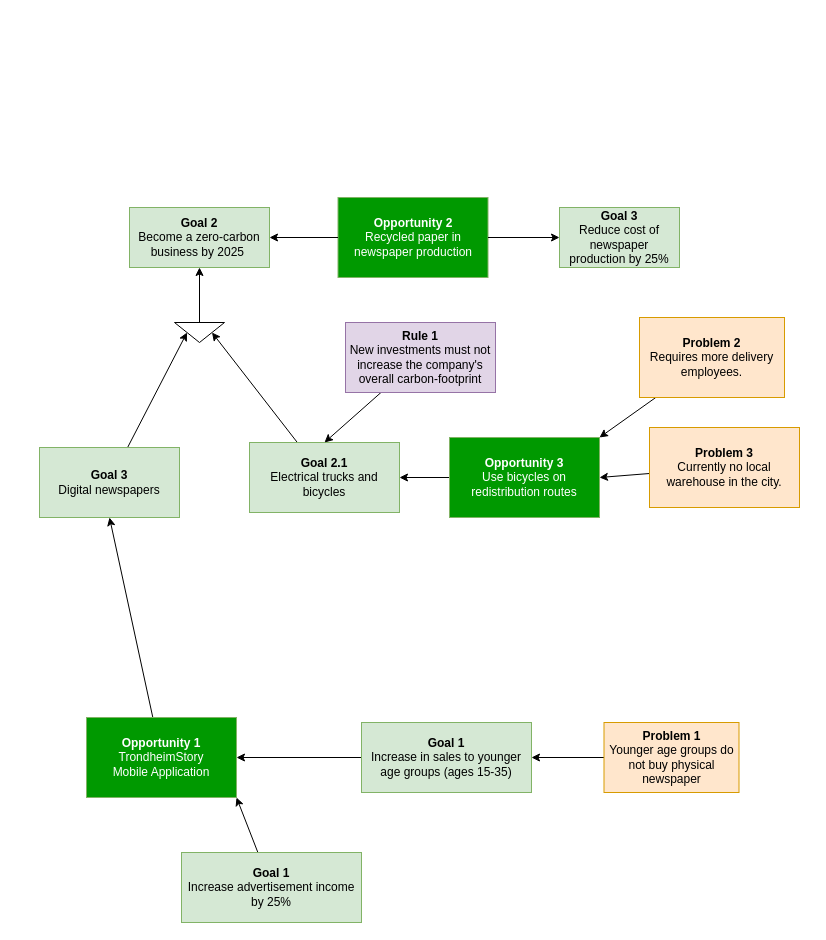
Before: TS_4EM.drawio in gullskatten/TS-models-4em-archi, a draw.io diagram. Source tidied: cells renumbered, new cells numbered last; positions are measured from the earlier drawing's top-left corner, leaving out a move shared by most shapes. Both pictures are drawn from the tidied source at 100%, with x=0, y=0 at pixel (39, 197).
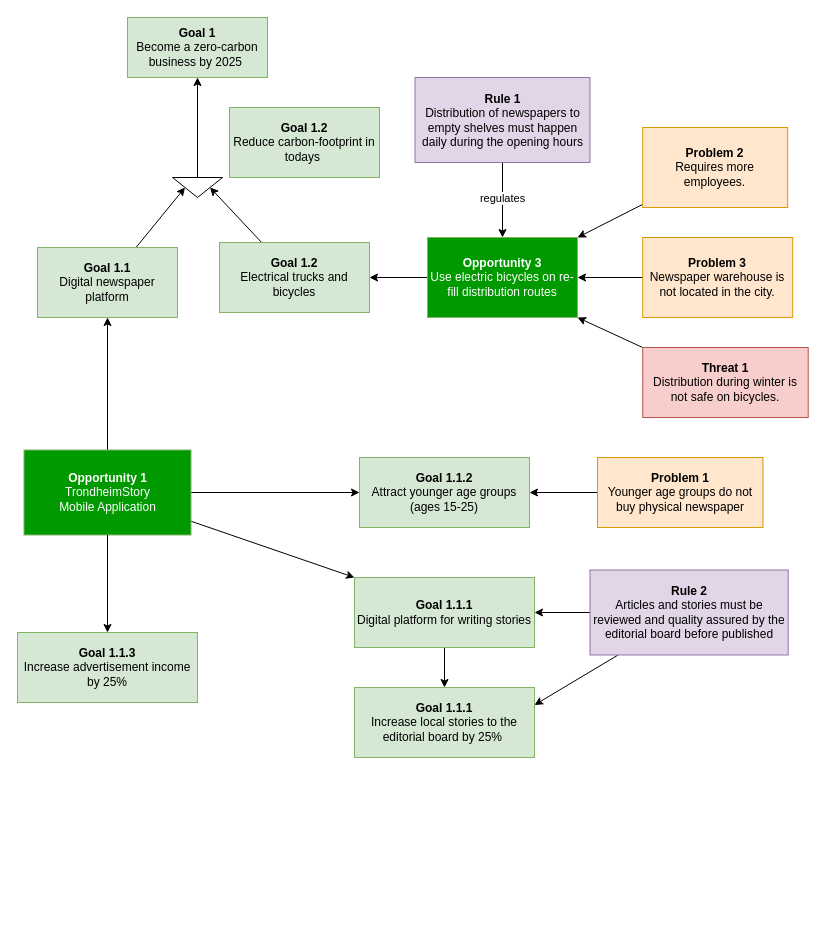
The same page after the edit.

The edit, as a diff of the source:
```diff
@@
     <mxCell id="3" style="triangle;whiteSpace=wrap;html=1;rotation=90;" parent="1" vertex="1">
-      <mxGeometry x="150" y="110" width="20" height="50" as="geometry" />
+      <mxGeometry x="148" y="-35" width="20" height="50" as="geometry" />
     </mxCell>
-    <mxCell id="4" value="&lt;b&gt;Goal 2&lt;/b&gt;&lt;br&gt;Become a zero-carbon business by 2025&amp;nbsp;" style="rounded=0;whiteSpace=wrap;html=1;fillColor=#d5e8d4;strokeColor=#82b366;" parent="1" vertex="1">
-      <mxGeometry x="90" y="10" width="140" height="60" as="geometry" />
+    <mxCell id="4" value="&lt;b&gt;Goal 1&lt;/b&gt;&lt;br&gt;Become a zero-carbon business by 2025&amp;nbsp;" style="rounded=0;whiteSpace=wrap;html=1;fillColor=#d5e8d4;strokeColor=#82b366;" parent="1" vertex="1">
+      <mxGeometry x="88" y="-180" width="140" height="60" as="geometry" />
     </mxCell>
-    <mxCell id="5" value="&lt;b&gt;Goal 3&lt;/b&gt;&lt;br&gt;Reduce cost of newspaper production by 25%" style="rounded=0;whiteSpace=wrap;html=1;fillColor=#d5e8d4;strokeColor=#82b366;" parent="1" vertex="1">
-      <mxGeometry x="520" y="10" width="120" height="60" as="geometry" />
-    </mxCell>
-    <mxCell id="6" value="&lt;b&gt;Opportunity 2&lt;/b&gt;&lt;br&gt;Recycled paper in newspaper production" style="rounded=0;whiteSpace=wrap;html=1;strokeColor=#82b366;fontColor=#FFFFFF;fillColor=#009900;" parent="1" vertex="1">
-      <mxGeometry x="298.5" width="150" height="80" as="geometry" />
-    </mxCell>
-    <mxCell id="7" style="endArrow=classic;html=1;fontColor=#FFFFFF;entryX=0;entryY=0.5;entryDx=0;entryDy=0;exitX=1;exitY=0.5;exitDx=0;exitDy=0;" parent="1" edge="1" source="6" target="5">
-      <mxGeometry relative="1" as="geometry" />
-    </mxCell>
-    <mxCell id="8" style="endArrow=classic;html=1;fontColor=#FFFFFF;entryX=1;entryY=0.5;entryDx=0;entryDy=0;exitX=0;exitY=0.5;exitDx=0;exitDy=0;" parent="1" edge="1" source="6" target="4">
-      <mxGeometry relative="1" as="geometry" />
-    </mxCell>
@@
-    <mxCell id="10" value="&lt;b&gt;Goal 3&lt;/b&gt;&lt;br&gt;Digital newspapers" style="rounded=0;whiteSpace=wrap;html=1;fillColor=#d5e8d4;strokeColor=#82b366;" parent="1" vertex="1">
-      <mxGeometry y="250" width="140" height="70" as="geometry" />
+    <mxCell id="10" value="&lt;b&gt;Goal 1.1&lt;/b&gt;&lt;br&gt;Digital newspaper platform" style="rounded=0;whiteSpace=wrap;html=1;fillColor=#d5e8d4;strokeColor=#82b366;" parent="1" vertex="1">
+      <mxGeometry x="-2" y="50" width="140" height="70" as="geometry" />
     </mxCell>
@@
-    <mxCell id="12" value="&lt;b&gt;Goal 2.1&lt;/b&gt;&lt;br&gt;Electrical trucks and bicycles" style="rounded=0;whiteSpace=wrap;html=1;fillColor=#d5e8d4;strokeColor=#82b366;" parent="1" vertex="1">
-      <mxGeometry x="210" y="245" width="150" height="70" as="geometry" />
+    <mxCell id="12" value="&lt;b&gt;Goal 1.2&lt;/b&gt;&lt;br&gt;Electrical trucks and bicycles" style="rounded=0;whiteSpace=wrap;html=1;fillColor=#d5e8d4;strokeColor=#82b366;" parent="1" vertex="1">
+      <mxGeometry x="180" y="45" width="150" height="70" as="geometry" />
     </mxCell>
@@
-    <mxCell id="14" value="&lt;b&gt;Opportunity 3&lt;/b&gt;&lt;br&gt;Use bicycles on redistribution routes" style="rounded=0;whiteSpace=wrap;html=1;strokeColor=#82b366;fontColor=#FFFFFF;fillColor=#009900;" parent="1" vertex="1">
-      <mxGeometry x="410" y="240" width="150" height="80" as="geometry" />
+    <mxCell id="14" value="&lt;b&gt;Opportunity 3&lt;/b&gt;&lt;br&gt;Use electric bicycles on re-fill distribution routes" style="rounded=0;whiteSpace=wrap;html=1;strokeColor=#82b366;fontColor=#FFFFFF;fillColor=#009900;" parent="1" vertex="1">
+      <mxGeometry x="388" y="40" width="150" height="80" as="geometry" />
     </mxCell>
-    <mxCell id="15" style="edgeStyle=none;rounded=0;jettySize=auto;html=1;entryX=1;entryY=0.5;entryDx=0;entryDy=0;fontColor=#FFFFFF;" parent="1" edge="1" source="16" target="18">
+    <mxCell id="15" style="edgeStyle=none;rounded=0;jettySize=auto;html=1;fontColor=#FFFFFF;exitX=1;exitY=0.5;exitDx=0;exitDy=0;entryX=0;entryY=0.5;entryDx=0;entryDy=0;" parent="1" edge="1" source="18" target="16">
       <mxGeometry relative="1" as="geometry" />
     </mxCell>
-    <mxCell id="16" value="&lt;b&gt;Goal 1&lt;br&gt;&lt;/b&gt;Increase in sales to younger age groups (ages 15-35)" style="rounded=0;whiteSpace=wrap;html=1;fillColor=#d5e8d4;strokeColor=#82b366;" parent="1" vertex="1">
-      <mxGeometry x="322" y="525" width="170" height="70" as="geometry" />
+    <mxCell id="16" value="&lt;b&gt;Goal 1.1.2&lt;br&gt;&lt;/b&gt;Attract younger age groups (ages 15-25)" style="rounded=0;whiteSpace=wrap;html=1;fillColor=#d5e8d4;strokeColor=#82b366;" parent="1" vertex="1">
+      <mxGeometry x="320" y="260" width="170" height="70" as="geometry" />
     </mxCell>
@@
+    <mxCell id="30" style="edgeStyle=none;rounded=0;jettySize=auto;html=1;entryX=0;entryY=0;entryDx=0;entryDy=0;fontColor=#FFFFFF;" parent="1" edge="1" source="18" target="39">
+      <mxGeometry relative="1" as="geometry" />
+    </mxCell>
     <mxCell id="18" value="&lt;b&gt;Opportunity 1&lt;/b&gt;&lt;br&gt;TrondheimStory &lt;br&gt;Mobile Application" style="rounded=0;whiteSpace=wrap;html=1;strokeColor=#82b366;fontColor=#FFFFFF;fillColor=#009900;" parent="1" vertex="1">
-      <mxGeometry x="47" y="520" width="150" height="80" as="geometry" />
+      <mxGeometry x="-15.5" y="252.5" width="167" height="85" as="geometry" />
     </mxCell>
@@
     <mxCell id="20" value="&lt;b&gt;Problem 1&lt;/b&gt;&lt;br&gt;Younger age groups do not buy physical newspaper" style="rounded=0;whiteSpace=wrap;html=1;fillColor=#ffe6cc;strokeColor=#d79b00;" parent="1" vertex="1">
-      <mxGeometry x="564.5" y="525" width="135" height="70" as="geometry" />
+      <mxGeometry x="558" y="260" width="165.5" height="70" as="geometry" />
     </mxCell>
@@
-    <mxCell id="22" value="&lt;b&gt;Problem 2&lt;/b&gt;&lt;br&gt;Requires more delivery employees." style="rounded=0;whiteSpace=wrap;html=1;fillColor=#ffe6cc;strokeColor=#d79b00;" parent="1" vertex="1">
-      <mxGeometry x="600" y="120" width="145" height="80" as="geometry" />
+    <mxCell id="22" value="&lt;b&gt;Problem 2&lt;/b&gt;&lt;br&gt;Requires more employees." style="rounded=0;whiteSpace=wrap;html=1;fillColor=#ffe6cc;strokeColor=#d79b00;" parent="1" vertex="1">
+      <mxGeometry x="603.2" y="-70" width="145" height="80" as="geometry" />
     </mxCell>
@@
-    <mxCell id="24" value="&lt;b&gt;Problem 3&lt;/b&gt;&lt;br&gt;Currently no local warehouse in the city." style="rounded=0;whiteSpace=wrap;html=1;fillColor=#ffe6cc;strokeColor=#d79b00;" parent="1" vertex="1">
-      <mxGeometry x="610" y="230" width="150" height="80" as="geometry" />
+    <mxCell id="24" value="&lt;b&gt;Problem 3&lt;/b&gt;&lt;br&gt;Newspaper warehouse is not located in the city." style="rounded=0;whiteSpace=wrap;html=1;fillColor=#ffe6cc;strokeColor=#d79b00;" parent="1" vertex="1">
+      <mxGeometry x="603.2" y="40" width="150" height="80" as="geometry" />
     </mxCell>
-    <mxCell id="25" style="edgeStyle=none;rounded=0;jettySize=auto;html=1;fontColor=#FFFFFF;entryX=0.5;entryY=0;entryDx=0;entryDy=0;" parent="1" edge="1" source="26" target="12">
-      <mxGeometry relative="1" as="geometry" />
+    <mxCell id="25" value="&lt;font color=&quot;#000000&quot;&gt;regulates&lt;/font&gt;" style="edgeStyle=none;rounded=0;jettySize=auto;html=1;fontColor=#FFFFFF;entryX=0.5;entryY=0;entryDx=0;entryDy=0;" parent="1" edge="1" source="26" target="14">
+      <mxGeometry x="-0.03" relative="1" as="geometry" />
     </mxCell>
-    <mxCell id="26" value="&lt;b&gt;Rule 1&lt;/b&gt;&lt;br&gt;New investments must not increase the company's overall carbon-footprint" style="rounded=0;whiteSpace=wrap;html=1;fillColor=#e1d5e7;strokeColor=#9673a6;" parent="1" vertex="1">
-      <mxGeometry x="306" y="125" width="150" height="70" as="geometry" />
+    <mxCell id="26" value="&lt;b&gt;Rule 1&lt;/b&gt;&lt;br&gt;Distribution of newspapers to empty shelves must happen daily during the opening hours" style="rounded=0;whiteSpace=wrap;html=1;fillColor=#e1d5e7;strokeColor=#9673a6;" parent="1" vertex="1">
+      <mxGeometry x="375.5" y="-120" width="175" height="85" as="geometry" />
     </mxCell>
@@
-    <mxCell id="28" style="edgeStyle=none;rounded=0;jettySize=auto;html=1;entryX=1;entryY=1;entryDx=0;entryDy=0;fontColor=#FFFFFF;" parent="1" edge="1" source="29" target="18">
+    <mxCell id="28" style="edgeStyle=none;rounded=0;jettySize=auto;html=1;fontColor=#FFFFFF;exitX=0.5;exitY=1;exitDx=0;exitDy=0;entryX=0.5;entryY=0;entryDx=0;entryDy=0;" parent="1" edge="1" source="18" target="29">
       <mxGeometry relative="1" as="geometry" />
     </mxCell>
-    <mxCell id="29" value="&lt;b&gt;Goal 1&lt;br&gt;&lt;/b&gt;Increase advertisement income by 25%" style="rounded=0;whiteSpace=wrap;html=1;fillColor=#d5e8d4;strokeColor=#82b366;" parent="1" vertex="1">
-      <mxGeometry x="142" y="655" width="180" height="70" as="geometry" />
+    <mxCell id="29" value="&lt;b&gt;Goal 1.1.3&lt;br&gt;&lt;/b&gt;Increase advertisement income by 25%" style="rounded=0;whiteSpace=wrap;html=1;fillColor=#d5e8d4;strokeColor=#82b366;" parent="1" vertex="1">
+      <mxGeometry x="-22" y="435" width="180" height="70" as="geometry" />
     </mxCell>
+    <mxCell id="31" style="edgeStyle=none;rounded=0;jettySize=auto;html=1;entryX=1;entryY=0.25;entryDx=0;entryDy=0;fontColor=#FFFFFF;" parent="1" edge="1" source="33" target="34">
+      <mxGeometry relative="1" as="geometry" />
+    </mxCell>
+    <mxCell id="32" style="edgeStyle=none;rounded=0;jettySize=auto;html=1;entryX=1;entryY=0.5;entryDx=0;entryDy=0;fontColor=#FFFFFF;" parent="1" edge="1" source="33" target="39">
+      <mxGeometry relative="1" as="geometry" />
+    </mxCell>
+    <mxCell id="33" value="&lt;b&gt;Rule 2&lt;/b&gt;&lt;br&gt;Articles and stories must be reviewed and quality assured by the editorial board before published" style="rounded=0;whiteSpace=wrap;html=1;fillColor=#e1d5e7;strokeColor=#9673a6;" parent="1" vertex="1">
+      <mxGeometry x="550.5" y="372.5" width="198.2" height="85" as="geometry" />
+    </mxCell>
+    <mxCell id="34" value="&lt;b&gt;Goal 1.1.1&lt;br&gt;&lt;/b&gt;Increase local stories to the editorial board by 25%&amp;nbsp;" style="rounded=0;whiteSpace=wrap;html=1;fillColor=#d5e8d4;strokeColor=#82b366;" parent="1" vertex="1">
+      <mxGeometry x="315" y="490" width="180" height="70" as="geometry" />
+    </mxCell>
+    <mxCell id="35" style="edgeStyle=none;rounded=0;jettySize=auto;html=1;exitX=0;exitY=0;exitDx=0;exitDy=0;entryX=1;entryY=1;entryDx=0;entryDy=0;fontColor=#FFFFFF;" parent="1" edge="1" source="36" target="14">
+      <mxGeometry relative="1" as="geometry" />
+    </mxCell>
+    <mxCell id="36" value="&lt;b&gt;Threat 1&lt;/b&gt;&lt;br&gt;Distribution during winter is not safe on bicycles." style="rounded=0;whiteSpace=wrap;html=1;fillColor=#f8cecc;strokeColor=#b85450;" parent="1" vertex="1">
+      <mxGeometry x="603.2" y="150" width="165.5" height="70" as="geometry" />
+    </mxCell>
+    <mxCell id="37" value="&lt;b&gt;Goal 1.2&lt;/b&gt;&lt;br&gt;Reduce carbon-footprint in todays&amp;nbsp;" style="rounded=0;whiteSpace=wrap;html=1;fillColor=#d5e8d4;strokeColor=#82b366;" parent="1" vertex="1">
+      <mxGeometry x="190" y="-90" width="150" height="70" as="geometry" />
+    </mxCell>
+    <mxCell id="38" style="edgeStyle=none;rounded=0;jettySize=auto;html=1;entryX=0.5;entryY=0;entryDx=0;entryDy=0;fontColor=#FFFFFF;" parent="1" edge="1" source="39" target="34">
+      <mxGeometry relative="1" as="geometry" />
+    </mxCell>
+    <mxCell id="39" value="&lt;b&gt;Goal 1.1.1&lt;br&gt;&lt;/b&gt;Digital platform for writing stories" style="rounded=0;whiteSpace=wrap;html=1;fillColor=#d5e8d4;strokeColor=#82b366;" parent="1" vertex="1">
+      <mxGeometry x="315" y="380" width="180" height="70" as="geometry" />
+    </mxCell>
```
